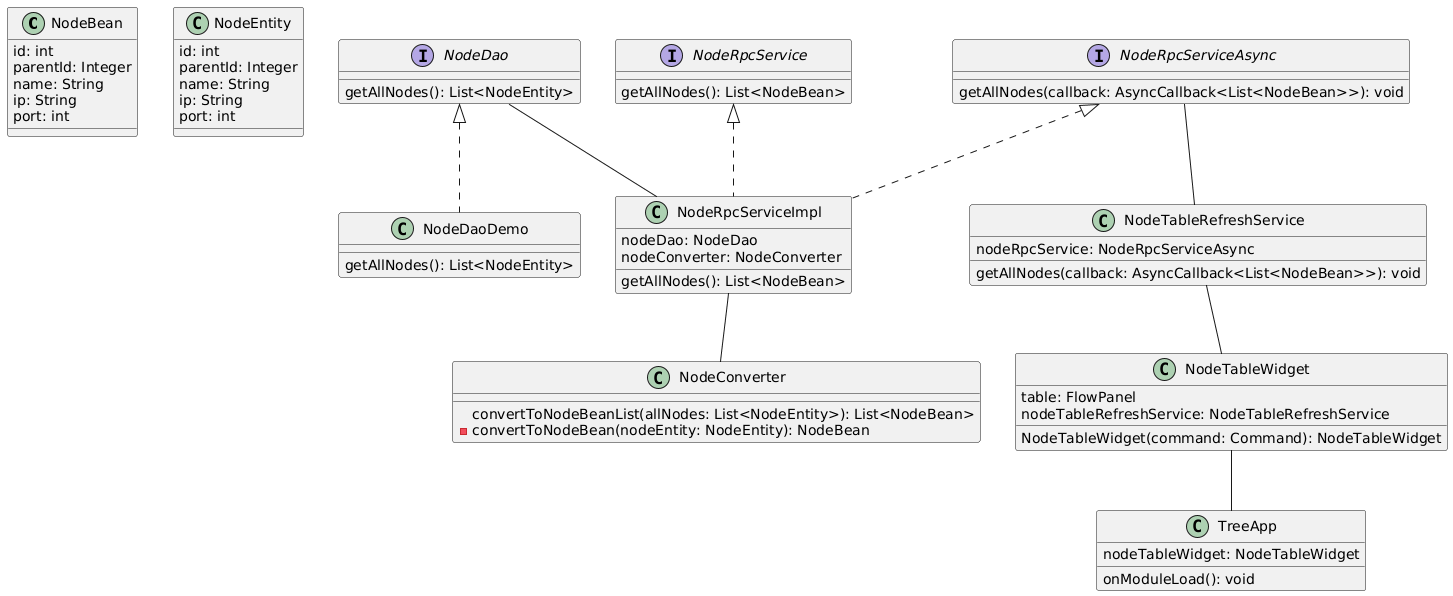
dbespa/gwt-tree keeps this PlantUML diagram as docs/class-diagram.png. Above is the earlier version.
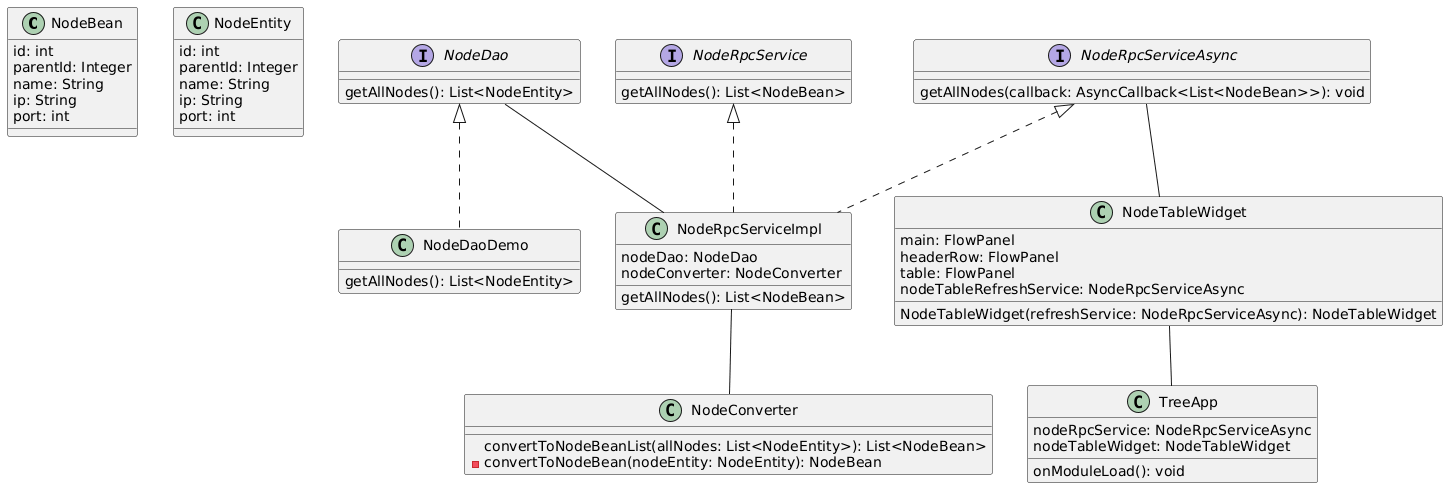
Above is the later version.

Change to the diagram source:
```diff
@@ -43,20 +43,17 @@
     getAllNodes(callback: AsyncCallback<List<NodeBean>>): void
 }
 
-class NodeTableRefreshService {
-    nodeRpcService: NodeRpcServiceAsync
+class NodeTableWidget {
+    main: FlowPanel
+    headerRow: FlowPanel
+    table: FlowPanel
+    nodeTableRefreshService: NodeRpcServiceAsync
 
-    getAllNodes(callback: AsyncCallback<List<NodeBean>>): void
-}
-
-class NodeTableWidget {
-    table: FlowPanel
-    nodeTableRefreshService: NodeTableRefreshService
-
-    NodeTableWidget(command: Command): NodeTableWidget
+    NodeTableWidget(refreshService: NodeRpcServiceAsync): NodeTableWidget
 }
 
 class TreeApp {
+    nodeRpcService: NodeRpcServiceAsync
     nodeTableWidget: NodeTableWidget
     onModuleLoad(): void
 }
@@ -67,7 +64,6 @@
 
 NodeRpcServiceImpl -- NodeConverter
 NodeDao -- NodeRpcServiceImpl
-NodeRpcServiceAsync -- NodeTableRefreshService
-NodeTableRefreshService -- NodeTableWidget
+NodeRpcServiceAsync -- NodeTableWidget
 NodeTableWidget -- TreeApp
 @enduml
```
